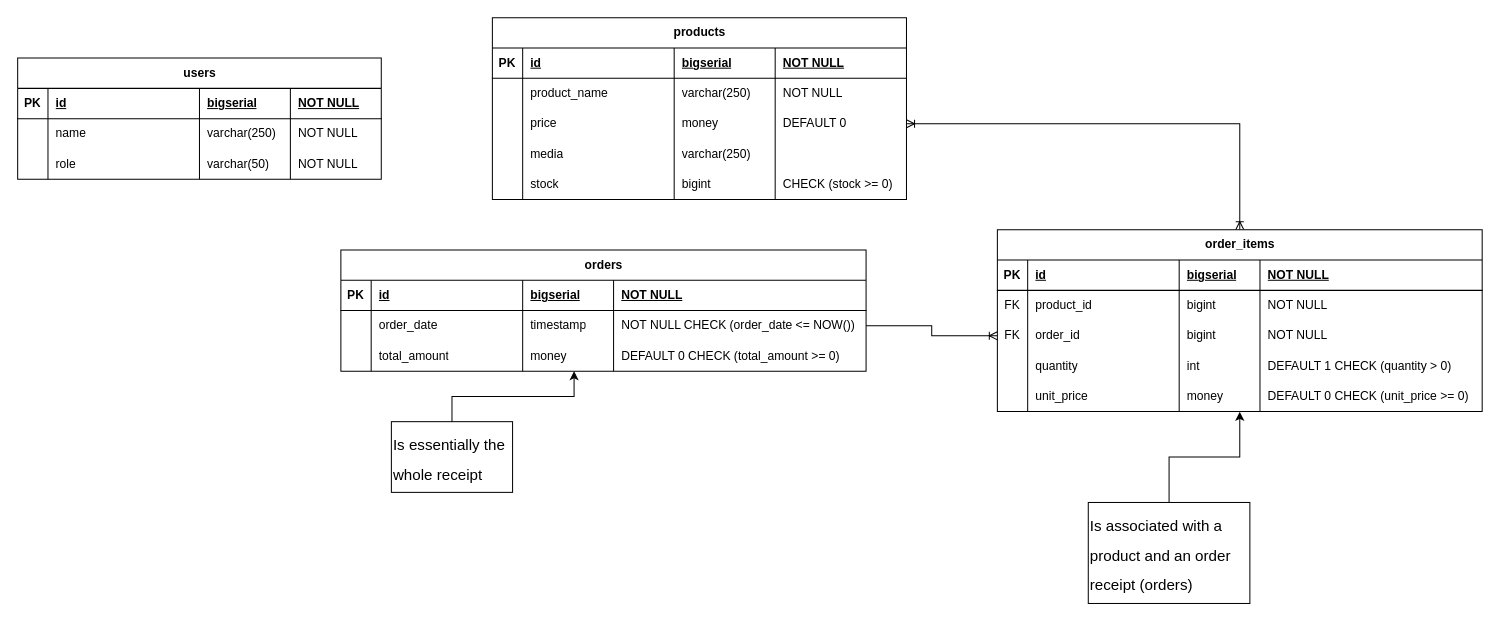
The draw.io diagram docs/diagrams/Entity-Relationship-Diagram.drawio in Scrappyz/Sari-Sari, before the edit. Source tidied: cells renumbered, new cells numbered last; positions are measured from the earlier drawing's top-left corner, leaving out a move shared by most shapes. Both pictures are drawn from the tidied source at 101%, with x=0, y=0 at pixel (17, 17).
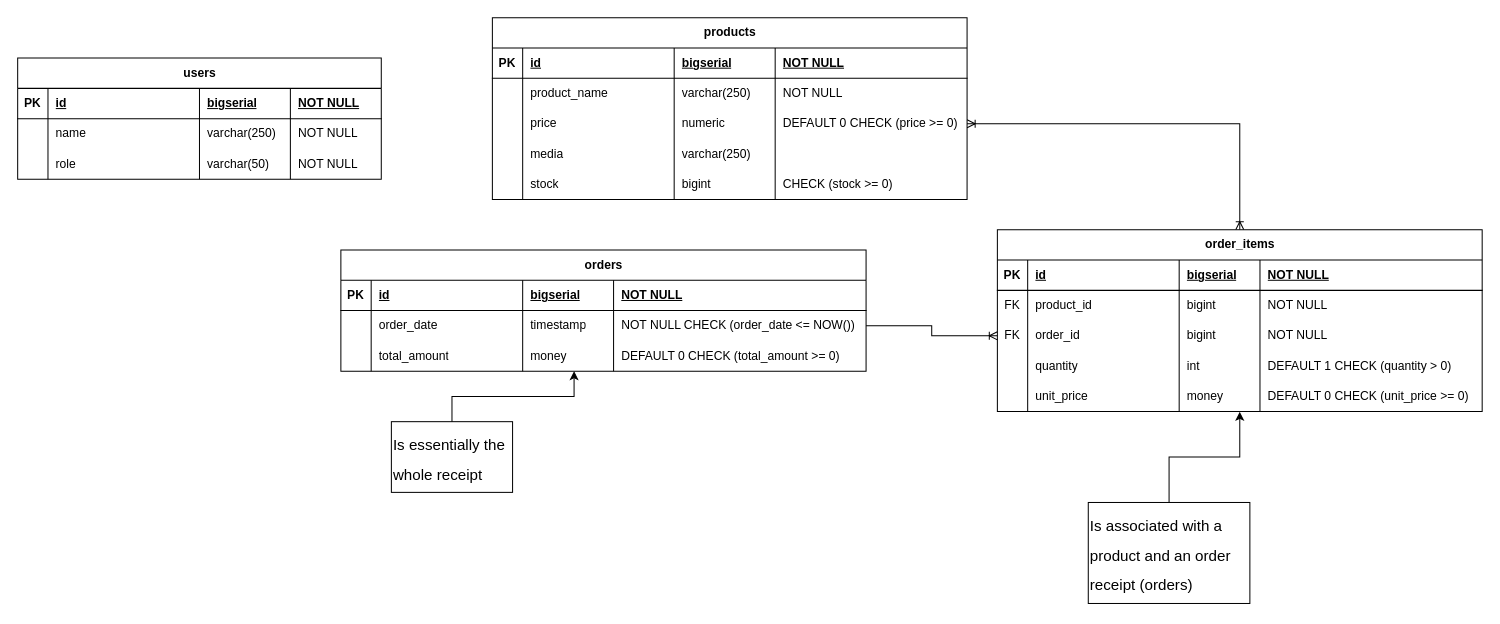
After the change.

Change to the diagram source:
```diff
@@
     <mxCell id="3" value="products" style="shape=table;startSize=30;childLayout=tableLayout;rowLines=0;fontStyle=1;align=center;html=1;" parent="1" vertex="1">
-      <mxGeometry x="470" width="410" height="180" as="geometry" />
+      <mxGeometry x="470" width="470" height="180" as="geometry" />
     </mxCell>
     <mxCell id="4" style="shape=tableRow;horizontal=0;startSize=0;swimlaneHead=0;swimlaneBody=0;fillColor=none;top=0;left=0;right=0;bottom=1;" parent="3" vertex="1">
-      <mxGeometry y="30" width="410" height="30" as="geometry" />
+      <mxGeometry y="30" width="470" height="30" as="geometry" />
     </mxCell>
@@
     <mxCell id="8" value="NOT NULL" style="shape=partialRectangle;fillColor=none;top=0;left=0;bottom=0;right=0;align=left;spacingLeft=6;fontStyle=5;overflow=hidden;whiteSpace=wrap;html=1;" parent="4" vertex="1">
-      <mxGeometry x="280" width="130" height="30" as="geometry" />
+      <mxGeometry x="280" width="190" height="30" as="geometry" />
     </mxCell>
     <mxCell id="9" style="shape=tableRow;horizontal=0;startSize=0;swimlaneHead=0;swimlaneBody=0;fillColor=none;top=0;left=0;right=0;bottom=0;" parent="3" vertex="1">
-      <mxGeometry y="60" width="410" height="30" as="geometry" />
+      <mxGeometry y="60" width="470" height="30" as="geometry" />
     </mxCell>
@@
     <mxCell id="13" value="NOT NULL" style="shape=partialRectangle;fillColor=none;top=0;left=0;bottom=0;right=0;align=left;spacingLeft=6;overflow=hidden;whiteSpace=wrap;html=1;" parent="9" vertex="1">
-      <mxGeometry x="280" width="130" height="30" as="geometry" />
+      <mxGeometry x="280" width="190" height="30" as="geometry" />
     </mxCell>
     <mxCell id="14" style="shape=tableRow;horizontal=0;startSize=0;swimlaneHead=0;swimlaneBody=0;fillColor=none;points=[[0,0.5],[1,0.5]];portConstraint=eastwest;top=0;left=0;right=0;bottom=0;" parent="3" vertex="1">
-      <mxGeometry y="90" width="410" height="30" as="geometry" />
+      <mxGeometry y="90" width="470" height="30" as="geometry" />
     </mxCell>
@@
-    <mxCell id="17" value="money" style="shape=partialRectangle;fillColor=none;top=0;left=0;bottom=0;right=0;align=left;spacingLeft=6;overflow=hidden;whiteSpace=wrap;html=1;" parent="14" vertex="1">
+    <mxCell id="17" value="numeric" style="shape=partialRectangle;fillColor=none;top=0;left=0;bottom=0;right=0;align=left;spacingLeft=6;overflow=hidden;whiteSpace=wrap;html=1;" parent="14" vertex="1">
       <mxGeometry x="180" width="100" height="30" as="geometry" />
     </mxCell>
-    <mxCell id="18" value="DEFAULT 0" style="shape=partialRectangle;fillColor=none;top=0;left=0;bottom=0;right=0;align=left;spacingLeft=6;overflow=hidden;whiteSpace=wrap;html=1;" parent="14" vertex="1">
-      <mxGeometry x="280" width="130" height="30" as="geometry" />
+    <mxCell id="18" value="DEFAULT 0 CHECK (price &amp;gt;= 0)" style="shape=partialRectangle;fillColor=none;top=0;left=0;bottom=0;right=0;align=left;spacingLeft=6;overflow=hidden;whiteSpace=wrap;html=1;" parent="14" vertex="1">
+      <mxGeometry x="280" width="190" height="30" as="geometry" />
     </mxCell>
     <mxCell id="19" style="shape=tableRow;horizontal=0;startSize=0;swimlaneHead=0;swimlaneBody=0;fillColor=none;top=0;left=0;right=0;bottom=0;" parent="3" vertex="1">
-      <mxGeometry y="120" width="410" height="30" as="geometry" />
+      <mxGeometry y="120" width="470" height="30" as="geometry" />
     </mxCell>
@@
     <mxCell id="23" style="shape=partialRectangle;fillColor=none;top=0;left=0;bottom=0;right=0;align=left;spacingLeft=6;overflow=hidden;whiteSpace=wrap;html=1;" parent="19" vertex="1">
-      <mxGeometry x="280" width="130" height="30" as="geometry" />
+      <mxGeometry x="280" width="190" height="30" as="geometry" />
     </mxCell>
     <mxCell id="24" style="shape=tableRow;horizontal=0;startSize=0;swimlaneHead=0;swimlaneBody=0;fillColor=none;top=0;left=0;right=0;bottom=0;" parent="3" vertex="1">
-      <mxGeometry y="150" width="410" height="30" as="geometry" />
+      <mxGeometry y="150" width="470" height="30" as="geometry" />
     </mxCell>
@@
     <mxCell id="28" value="CHECK (stock &amp;gt;= 0)" style="shape=partialRectangle;fillColor=none;top=0;left=0;bottom=0;right=0;align=left;spacingLeft=6;overflow=hidden;whiteSpace=wrap;html=1;" parent="24" vertex="1">
-      <mxGeometry x="280" width="130" height="30" as="geometry" />
+      <mxGeometry x="280" width="190" height="30" as="geometry" />
     </mxCell>
```
